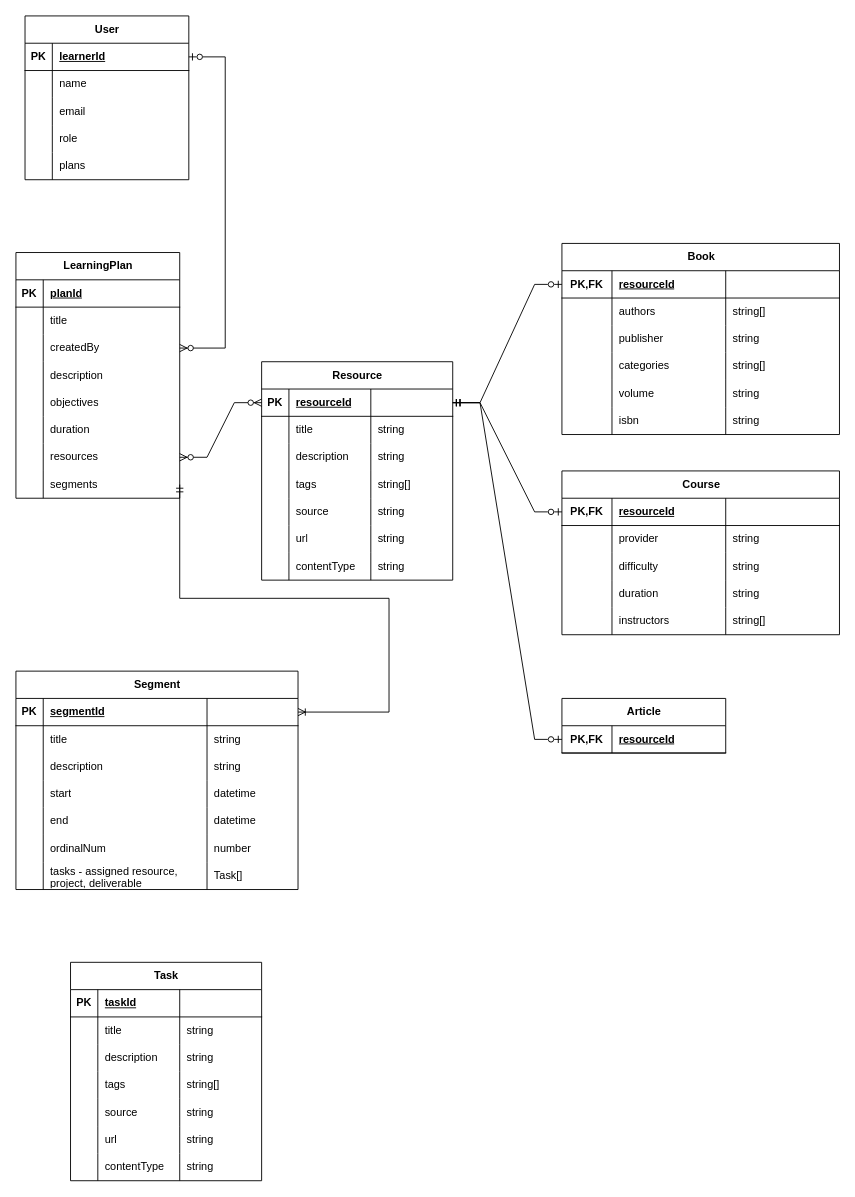
Earlier version of the draw.io diagram elle.drawio (suha-nathan/ellev2). Source tidied: cells renumbered, new cells numbered last; positions are measured from the earlier drawing's top-left corner, leaving out a move shared by most shapes. Both pictures are drawn from the tidied source at 91%, with x=0, y=0 at pixel (15, 15).
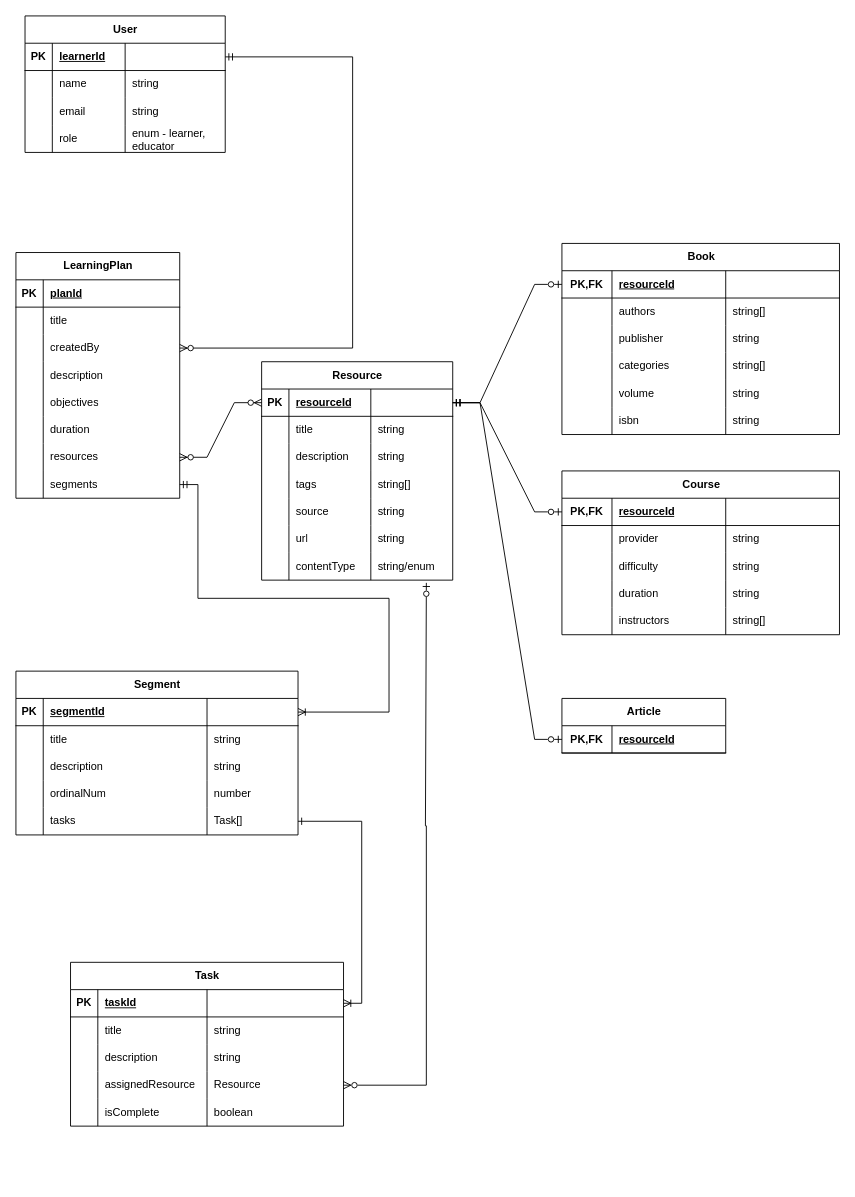
After the change.

Unchanged cells that the change refers to:
```xml
<mxCell id="27" style="shape=tableRow;horizontal=0;startSize=0;swimlaneHead=0;swimlaneBody=0;fillColor=none;points=[[0,0.5],[1,0.5]];portConstraint=eastwest;top=0;left=0;right=0;bottom=0;" parent="2" vertex="1">
  <mxGeometry y="210" width="210" height="30" as="geometry" />
</mxCell>
<mxCell id="86" style="shape=tableRow;horizontal=0;startSize=0;swimlaneHead=0;swimlaneBody=0;fillColor=none;points=[[0,0.5],[1,0.5]];portConstraint=eastwest;top=0;left=0;right=0;bottom=0;" parent="79" vertex="1">
  <mxGeometry y="90" width="180" height="30" as="geometry" />
</mxCell>
<mxCell id="101" style="shape=tableRow;horizontal=0;startSize=0;swimlaneHead=0;swimlaneBody=0;fillColor=none;points=[[0,0.5],[1,0.5]];portConstraint=eastwest;top=0;left=0;right=0;bottom=0;" parent="79" vertex="1">
  <mxGeometry y="240" width="180" height="30" as="geometry" />
</mxCell>
<mxCell id="128" style="shape=tableRow;horizontal=0;startSize=0;swimlaneHead=0;swimlaneBody=0;fillColor=none;points=[[0,0.5],[1,0.5]];portConstraint=eastwest;top=0;left=0;right=0;bottom=1;" parent="127" vertex="1">
  <mxGeometry y="30" width="310" height="30" as="geometry" />
</mxCell>
```

Diff of the diagram source:
```diff
@@
-    <mxCell id="30" value="string" style="shape=partialRectangle;fillColor=none;top=0;left=0;bottom=0;right=0;align=left;spacingLeft=6;overflow=hidden;whiteSpace=wrap;html=1;" parent="27" vertex="1">
+    <mxCell id="30" value="string/enum" style="shape=partialRectangle;fillColor=none;top=0;left=0;bottom=0;right=0;align=left;spacingLeft=6;overflow=hidden;whiteSpace=wrap;html=1;" parent="27" vertex="1">
       <mxGeometry x="120" width="90" height="30" as="geometry" />
     </mxCell>
@@
     <mxCell id="104" value="User" style="shape=table;startSize=30;childLayout=tableLayout;rowLines=0;fontStyle=1;align=center;html=1;" parent="1" vertex="1">
-      <mxGeometry x="10" width="180" height="180" as="geometry" />
+      <mxGeometry x="10" width="220" height="150" as="geometry" />
     </mxCell>
     <mxCell id="105" style="shape=tableRow;horizontal=0;startSize=0;swimlaneHead=0;swimlaneBody=0;fillColor=none;points=[[0,0.5],[1,0.5]];portConstraint=eastwest;top=0;left=0;right=0;bottom=1;" parent="104" vertex="1">
-      <mxGeometry y="30" width="180" height="30" as="geometry" />
+      <mxGeometry y="30" width="220" height="30" as="geometry" />
     </mxCell>
@@
     <mxCell id="107" value="learnerId" style="shape=partialRectangle;fillColor=none;top=0;left=0;bottom=0;right=0;align=left;spacingLeft=6;fontStyle=5;overflow=hidden;whiteSpace=wrap;html=1;" parent="105" vertex="1">
-      <mxGeometry x="30" width="150" height="30" as="geometry" />
+      <mxGeometry x="30" width="80" height="30" as="geometry" />
     </mxCell>
+    <mxCell id="187" style="shape=partialRectangle;fillColor=none;top=0;left=0;bottom=0;right=0;align=left;spacingLeft=6;fontStyle=5;overflow=hidden;whiteSpace=wrap;html=1;" parent="105" vertex="1">
+      <mxGeometry x="110" width="110" height="30" as="geometry" />
+    </mxCell>
     <mxCell id="108" style="shape=tableRow;horizontal=0;startSize=0;swimlaneHead=0;swimlaneBody=0;fillColor=none;top=0;left=0;right=0;bottom=0;" parent="104" vertex="1">
-      <mxGeometry y="60" width="180" height="30" as="geometry" />
+      <mxGeometry y="60" width="220" height="30" as="geometry" />
     </mxCell>
@@
     <mxCell id="110" value="name" style="shape=partialRectangle;fillColor=none;top=0;left=0;bottom=0;right=0;align=left;spacingLeft=6;overflow=hidden;whiteSpace=wrap;html=1;" parent="108" vertex="1">
-      <mxGeometry x="30" width="150" height="30" as="geometry" />
+      <mxGeometry x="30" width="80" height="30" as="geometry" />
     </mxCell>
+    <mxCell id="188" value="string" style="shape=partialRectangle;fillColor=none;top=0;left=0;bottom=0;right=0;align=left;spacingLeft=6;overflow=hidden;whiteSpace=wrap;html=1;" parent="108" vertex="1">
+      <mxGeometry x="110" width="110" height="30" as="geometry" />
+    </mxCell>
     <mxCell id="111" style="shape=tableRow;horizontal=0;startSize=0;swimlaneHead=0;swimlaneBody=0;fillColor=none;top=0;left=0;right=0;bottom=0;" parent="104" vertex="1">
-      <mxGeometry y="90" width="180" height="30" as="geometry" />
+      <mxGeometry y="90" width="220" height="30" as="geometry" />
     </mxCell>
@@
     <mxCell id="113" value="email" style="shape=partialRectangle;fillColor=none;top=0;left=0;bottom=0;right=0;align=left;spacingLeft=6;overflow=hidden;whiteSpace=wrap;html=1;" parent="111" vertex="1">
-      <mxGeometry x="30" width="150" height="30" as="geometry" />
+      <mxGeometry x="30" width="80" height="30" as="geometry" />
     </mxCell>
+    <mxCell id="189" value="string" style="shape=partialRectangle;fillColor=none;top=0;left=0;bottom=0;right=0;align=left;spacingLeft=6;overflow=hidden;whiteSpace=wrap;html=1;" parent="111" vertex="1">
+      <mxGeometry x="110" width="110" height="30" as="geometry" />
+    </mxCell>
     <mxCell id="114" style="shape=tableRow;horizontal=0;startSize=0;swimlaneHead=0;swimlaneBody=0;fillColor=none;top=0;left=0;right=0;bottom=0;" parent="104" vertex="1">
-      <mxGeometry y="120" width="180" height="30" as="geometry" />
+      <mxGeometry y="120" width="220" height="30" as="geometry" />
     </mxCell>
@@
     <mxCell id="116" value="role" style="shape=partialRectangle;fillColor=none;top=0;left=0;bottom=0;right=0;align=left;spacingLeft=6;overflow=hidden;whiteSpace=wrap;html=1;" parent="114" vertex="1">
-      <mxGeometry x="30" width="150" height="30" as="geometry" />
+      <mxGeometry x="30" width="80" height="30" as="geometry" />
     </mxCell>
-    <mxCell id="117" style="shape=tableRow;horizontal=0;startSize=0;swimlaneHead=0;swimlaneBody=0;fillColor=none;top=0;left=0;right=0;bottom=0;" parent="104" vertex="1">
-      <mxGeometry y="150" width="180" height="30" as="geometry" />
-    </mxCell>
-    <mxCell id="118" style="shape=partialRectangle;fillColor=none;top=0;left=0;bottom=0;right=0;overflow=hidden;whiteSpace=wrap;html=1;" parent="117" vertex="1">
-      <mxGeometry width="30" height="30" as="geometry" />
-    </mxCell>
-    <mxCell id="119" value="plans" style="shape=partialRectangle;fillColor=none;top=0;left=0;bottom=0;right=0;align=left;spacingLeft=6;overflow=hidden;whiteSpace=wrap;html=1;" parent="117" vertex="1">
-      <mxGeometry x="30" width="150" height="30" as="geometry" />
-    </mxCell>
+    <mxCell id="190" value="enum - learner, educator" style="shape=partialRectangle;fillColor=none;top=0;left=0;bottom=0;right=0;align=left;spacingLeft=6;overflow=hidden;whiteSpace=wrap;html=1;" parent="114" vertex="1">
+      <mxGeometry x="110" width="110" height="30" as="geometry" />
+    </mxCell>
@@
-    <mxCell id="126" style="edgeStyle=elbowEdgeStyle;fontSize=12;html=1;endArrow=ERzeroToMany;startArrow=ERzeroToOne;rounded=0;entryX=1;entryY=0.5;entryDx=0;entryDy=0;startFill=0;exitX=1;exitY=0.5;exitDx=0;exitDy=0;" parent="1" edge="1" source="105" target="86">
+    <mxCell id="126" style="edgeStyle=elbowEdgeStyle;fontSize=12;html=1;endArrow=ERzeroToMany;startArrow=ERmandOne;rounded=0;entryX=1;entryY=0.5;entryDx=0;entryDy=0;startFill=0;exitX=1;exitY=0.5;exitDx=0;exitDy=0;" parent="1" edge="1" source="105" target="86">
       <mxGeometry relative="1" as="geometry">
         <Array as="points">
-          <mxPoint x="230" y="80" />
+          <mxPoint x="370" y="210" />
           <mxPoint x="250" y="240" />
         </Array>
       </mxGeometry>
     </mxCell>
     <mxCell id="127" value="Segment" style="shape=table;startSize=30;childLayout=tableLayout;rowLines=0;fontStyle=1;align=center;html=1;" parent="1" vertex="1">
-      <mxGeometry y="720" width="310" height="240" as="geometry" />
+      <mxGeometry y="720" width="310" height="180" as="geometry" />
     </mxCell>
@@
-    <mxCell id="140" style="shape=tableRow;horizontal=0;startSize=0;swimlaneHead=0;swimlaneBody=0;fillColor=none;top=0;left=0;right=0;bottom=0;" parent="127" vertex="1">
-      <mxGeometry y="120" width="310" height="30" as="geometry" />
-    </mxCell>
-    <mxCell id="141" style="shape=partialRectangle;fillColor=none;top=0;left=0;bottom=0;right=0;overflow=hidden;whiteSpace=wrap;html=1;" parent="140" vertex="1">
-      <mxGeometry width="30" height="30" as="geometry" />
-    </mxCell>
-    <mxCell id="142" value="start" style="shape=partialRectangle;fillColor=none;top=0;left=0;bottom=0;right=0;align=left;spacingLeft=6;overflow=hidden;whiteSpace=wrap;html=1;" parent="140" vertex="1">
-      <mxGeometry x="30" width="180" height="30" as="geometry" />
-    </mxCell>
-    <mxCell id="143" value="datetime" style="shape=partialRectangle;fillColor=none;top=0;left=0;bottom=0;right=0;align=left;spacingLeft=6;overflow=hidden;whiteSpace=wrap;html=1;" parent="140" vertex="1">
-      <mxGeometry x="210" width="100" height="30" as="geometry" />
-    </mxCell>
-    <mxCell id="144" style="shape=tableRow;horizontal=0;startSize=0;swimlaneHead=0;swimlaneBody=0;fillColor=none;top=0;left=0;right=0;bottom=0;" parent="127" vertex="1">
-      <mxGeometry y="150" width="310" height="30" as="geometry" />
-    </mxCell>
-    <mxCell id="145" style="shape=partialRectangle;fillColor=none;top=0;left=0;bottom=0;right=0;overflow=hidden;whiteSpace=wrap;html=1;" parent="144" vertex="1">
-      <mxGeometry width="30" height="30" as="geometry" />
-    </mxCell>
-    <mxCell id="146" value="end" style="shape=partialRectangle;fillColor=none;top=0;left=0;bottom=0;right=0;align=left;spacingLeft=6;overflow=hidden;whiteSpace=wrap;html=1;" parent="144" vertex="1">
-      <mxGeometry x="30" width="180" height="30" as="geometry" />
-    </mxCell>
-    <mxCell id="147" value="datetime" style="shape=partialRectangle;fillColor=none;top=0;left=0;bottom=0;right=0;align=left;spacingLeft=6;overflow=hidden;whiteSpace=wrap;html=1;" parent="144" vertex="1">
-      <mxGeometry x="210" width="100" height="30" as="geometry" />
-    </mxCell>
     <mxCell id="148" style="shape=tableRow;horizontal=0;startSize=0;swimlaneHead=0;swimlaneBody=0;fillColor=none;top=0;left=0;right=0;bottom=0;" parent="127" vertex="1">
-      <mxGeometry y="180" width="310" height="30" as="geometry" />
+      <mxGeometry y="120" width="310" height="30" as="geometry" />
     </mxCell>
@@
     <mxCell id="152" style="shape=tableRow;horizontal=0;startSize=0;swimlaneHead=0;swimlaneBody=0;fillColor=none;points=[[0,0.5],[1,0.5]];portConstraint=eastwest;top=0;left=0;right=0;bottom=0;" parent="127" vertex="1">
-      <mxGeometry y="210" width="310" height="30" as="geometry" />
+      <mxGeometry y="150" width="310" height="30" as="geometry" />
     </mxCell>
@@
-    <mxCell id="154" value="tasks - assigned resource, project, deliverable" style="shape=partialRectangle;fillColor=none;top=0;left=0;bottom=0;right=0;align=left;spacingLeft=6;overflow=hidden;whiteSpace=wrap;html=1;" parent="152" vertex="1">
+    <mxCell id="154" value="tasks" style="shape=partialRectangle;fillColor=none;top=0;left=0;bottom=0;right=0;align=left;spacingLeft=6;overflow=hidden;whiteSpace=wrap;html=1;" parent="152" vertex="1">
       <mxGeometry x="30" width="180" height="30" as="geometry" />
     </mxCell>
@@
     <mxCell id="157" style="edgeStyle=orthogonalEdgeStyle;rounded=0;jettySize=auto;html=1;exitX=1;exitY=0.5;exitDx=0;exitDy=0;entryX=1;entryY=0.5;entryDx=0;entryDy=0;startArrow=ERmandOne;startFill=0;endArrow=ERoneToMany;endFill=0;" parent="1" edge="1" source="101" target="128">
       <mxGeometry relative="1" as="geometry">
         <Array as="points">
-          <mxPoint x="180" y="640" />
+          <mxPoint x="200" y="515" />
+          <mxPoint x="200" y="640" />
           <mxPoint x="410" y="640" />
           <mxPoint x="410" y="765" />
         </Array>
       </mxGeometry>
     </mxCell>
     <mxCell id="158" value="Task" style="shape=table;startSize=30;childLayout=tableLayout;rowLines=0;fontStyle=1;align=center;html=1;" parent="1" vertex="1">
-      <mxGeometry x="60" y="1040" width="210" height="240" as="geometry" />
+      <mxGeometry x="60" y="1040" width="300" height="180" as="geometry" />
     </mxCell>
     <mxCell id="159" style="shape=tableRow;horizontal=0;startSize=0;swimlaneHead=0;swimlaneBody=0;fillColor=none;points=[[0,0.5],[1,0.5]];portConstraint=eastwest;top=0;left=0;right=0;bottom=1;" parent="158" vertex="1">
-      <mxGeometry y="30" width="210" height="30" as="geometry" />
+      <mxGeometry y="30" width="300" height="30" as="geometry" />
     </mxCell>
@@
     <mxCell id="161" value="taskId" style="shape=partialRectangle;fillColor=none;top=0;left=0;bottom=0;right=0;align=left;spacingLeft=6;fontStyle=5;overflow=hidden;whiteSpace=wrap;html=1;" parent="159" vertex="1">
-      <mxGeometry x="30" width="90" height="30" as="geometry" />
+      <mxGeometry x="30" width="120" height="30" as="geometry" />
     </mxCell>
     <mxCell id="162" style="shape=partialRectangle;fillColor=none;top=0;left=0;bottom=0;right=0;align=left;spacingLeft=6;fontStyle=5;overflow=hidden;whiteSpace=wrap;html=1;" parent="159" vertex="1">
-      <mxGeometry x="120" width="90" height="30" as="geometry" />
+      <mxGeometry x="150" width="150" height="30" as="geometry" />
     </mxCell>
     <mxCell id="163" style="shape=tableRow;horizontal=0;startSize=0;swimlaneHead=0;swimlaneBody=0;fillColor=none;top=0;left=0;right=0;bottom=0;" parent="158" vertex="1">
-      <mxGeometry y="60" width="210" height="30" as="geometry" />
+      <mxGeometry y="60" width="300" height="30" as="geometry" />
     </mxCell>
@@
     <mxCell id="165" value="title" style="shape=partialRectangle;fillColor=none;top=0;left=0;bottom=0;right=0;align=left;spacingLeft=6;overflow=hidden;whiteSpace=wrap;html=1;" parent="163" vertex="1">
-      <mxGeometry x="30" width="90" height="30" as="geometry" />
+      <mxGeometry x="30" width="120" height="30" as="geometry" />
     </mxCell>
     <mxCell id="166" value="string" style="shape=partialRectangle;fillColor=none;top=0;left=0;bottom=0;right=0;align=left;spacingLeft=6;overflow=hidden;whiteSpace=wrap;html=1;" parent="163" vertex="1">
-      <mxGeometry x="120" width="90" height="30" as="geometry" />
+      <mxGeometry x="150" width="150" height="30" as="geometry" />
     </mxCell>
     <mxCell id="167" style="shape=tableRow;horizontal=0;startSize=0;swimlaneHead=0;swimlaneBody=0;fillColor=none;top=0;left=0;right=0;bottom=0;" parent="158" vertex="1">
-      <mxGeometry y="90" width="210" height="30" as="geometry" />
+      <mxGeometry y="90" width="300" height="30" as="geometry" />
     </mxCell>
@@
     <mxCell id="169" value="description" style="shape=partialRectangle;fillColor=none;top=0;left=0;bottom=0;right=0;align=left;spacingLeft=6;overflow=hidden;whiteSpace=wrap;html=1;" parent="167" vertex="1">
-      <mxGeometry x="30" width="90" height="30" as="geometry" />
+      <mxGeometry x="30" width="120" height="30" as="geometry" />
     </mxCell>
     <mxCell id="170" value="string" style="shape=partialRectangle;fillColor=none;top=0;left=0;bottom=0;right=0;align=left;spacingLeft=6;overflow=hidden;whiteSpace=wrap;html=1;" parent="167" vertex="1">
-      <mxGeometry x="120" width="90" height="30" as="geometry" />
+      <mxGeometry x="150" width="150" height="30" as="geometry" />
     </mxCell>
-    <mxCell id="171" style="shape=tableRow;horizontal=0;startSize=0;swimlaneHead=0;swimlaneBody=0;fillColor=none;top=0;left=0;right=0;bottom=0;" parent="158" vertex="1">
-      <mxGeometry y="120" width="210" height="30" as="geometry" />
-    </mxCell>
-    <mxCell id="172" style="shape=partialRectangle;fillColor=none;top=0;left=0;bottom=0;right=0;overflow=hidden;whiteSpace=wrap;html=1;" parent="171" vertex="1">
-      <mxGeometry width="30" height="30" as="geometry" />
-    </mxCell>
-    <mxCell id="173" value="tags" style="shape=partialRectangle;fillColor=none;top=0;left=0;bottom=0;right=0;align=left;spacingLeft=6;overflow=hidden;whiteSpace=wrap;html=1;" parent="171" vertex="1">
-      <mxGeometry x="30" width="90" height="30" as="geometry" />
-    </mxCell>
-    <mxCell id="174" value="string[]" style="shape=partialRectangle;fillColor=none;top=0;left=0;bottom=0;right=0;align=left;spacingLeft=6;overflow=hidden;whiteSpace=wrap;html=1;" parent="171" vertex="1">
-      <mxGeometry x="120" width="90" height="30" as="geometry" />
-    </mxCell>
-    <mxCell id="175" style="shape=tableRow;horizontal=0;startSize=0;swimlaneHead=0;swimlaneBody=0;fillColor=none;top=0;left=0;right=0;bottom=0;" parent="158" vertex="1">
-      <mxGeometry y="150" width="210" height="30" as="geometry" />
-    </mxCell>
-    <mxCell id="176" style="shape=partialRectangle;fillColor=none;top=0;left=0;bottom=0;right=0;overflow=hidden;whiteSpace=wrap;html=1;" parent="175" vertex="1">
-      <mxGeometry width="30" height="30" as="geometry" />
-    </mxCell>
-    <mxCell id="177" value="source" style="shape=partialRectangle;fillColor=none;top=0;left=0;bottom=0;right=0;align=left;spacingLeft=6;overflow=hidden;whiteSpace=wrap;html=1;" parent="175" vertex="1">
-      <mxGeometry x="30" width="90" height="30" as="geometry" />
-    </mxCell>
-    <mxCell id="178" value="string" style="shape=partialRectangle;fillColor=none;top=0;left=0;bottom=0;right=0;align=left;spacingLeft=6;overflow=hidden;whiteSpace=wrap;html=1;" parent="175" vertex="1">
-      <mxGeometry x="120" width="90" height="30" as="geometry" />
-    </mxCell>
-    <mxCell id="179" style="shape=tableRow;horizontal=0;startSize=0;swimlaneHead=0;swimlaneBody=0;fillColor=none;top=0;left=0;right=0;bottom=0;" parent="158" vertex="1">
-      <mxGeometry y="180" width="210" height="30" as="geometry" />
-    </mxCell>
-    <mxCell id="180" style="shape=partialRectangle;fillColor=none;top=0;left=0;bottom=0;right=0;overflow=hidden;whiteSpace=wrap;html=1;" parent="179" vertex="1">
-      <mxGeometry width="30" height="30" as="geometry" />
-    </mxCell>
-    <mxCell id="181" value="url" style="shape=partialRectangle;fillColor=none;top=0;left=0;bottom=0;right=0;align=left;spacingLeft=6;overflow=hidden;whiteSpace=wrap;html=1;" parent="179" vertex="1">
-      <mxGeometry x="30" width="90" height="30" as="geometry" />
-    </mxCell>
-    <mxCell id="182" value="string" style="shape=partialRectangle;fillColor=none;top=0;left=0;bottom=0;right=0;align=left;spacingLeft=6;overflow=hidden;whiteSpace=wrap;html=1;" parent="179" vertex="1">
-      <mxGeometry x="120" width="90" height="30" as="geometry" />
-    </mxCell>
-    <mxCell id="183" style="shape=tableRow;horizontal=0;startSize=0;swimlaneHead=0;swimlaneBody=0;fillColor=none;top=0;left=0;right=0;bottom=0;" parent="158" vertex="1">
-      <mxGeometry y="210" width="210" height="30" as="geometry" />
-    </mxCell>
-    <mxCell id="184" style="shape=partialRectangle;fillColor=none;top=0;left=0;bottom=0;right=0;overflow=hidden;whiteSpace=wrap;html=1;" parent="183" vertex="1">
-      <mxGeometry width="30" height="30" as="geometry" />
-    </mxCell>
-    <mxCell id="185" value="contentType" style="shape=partialRectangle;fillColor=none;top=0;left=0;bottom=0;right=0;align=left;spacingLeft=6;overflow=hidden;whiteSpace=wrap;html=1;" parent="183" vertex="1">
-      <mxGeometry x="30" width="90" height="30" as="geometry" />
-    </mxCell>
-    <mxCell id="186" value="string" style="shape=partialRectangle;fillColor=none;top=0;left=0;bottom=0;right=0;align=left;spacingLeft=6;overflow=hidden;whiteSpace=wrap;html=1;" parent="183" vertex="1">
-      <mxGeometry x="120" width="90" height="30" as="geometry" />
-    </mxCell>
+    <mxCell id="191" style="shape=tableRow;horizontal=0;startSize=0;swimlaneHead=0;swimlaneBody=0;fillColor=none;points=[[0,0.5],[1,0.5]];portConstraint=eastwest;top=0;left=0;right=0;bottom=0;" parent="158" vertex="1">
+      <mxGeometry y="120" width="300" height="30" as="geometry" />
+    </mxCell>
+    <mxCell id="192" style="shape=partialRectangle;fillColor=none;top=0;left=0;bottom=0;right=0;overflow=hidden;whiteSpace=wrap;html=1;" parent="191" vertex="1">
+      <mxGeometry width="30" height="30" as="geometry" />
+    </mxCell>
+    <mxCell id="193" value="assignedResource" style="shape=partialRectangle;fillColor=none;top=0;left=0;bottom=0;right=0;align=left;spacingLeft=6;overflow=hidden;whiteSpace=wrap;html=1;" parent="191" vertex="1">
+      <mxGeometry x="30" width="120" height="30" as="geometry" />
+    </mxCell>
+    <mxCell id="194" value="Resource" style="shape=partialRectangle;fillColor=none;top=0;left=0;bottom=0;right=0;align=left;spacingLeft=6;overflow=hidden;whiteSpace=wrap;html=1;" parent="191" vertex="1">
+      <mxGeometry x="150" width="150" height="30" as="geometry" />
+    </mxCell>
+    <mxCell id="195" style="shape=tableRow;horizontal=0;startSize=0;swimlaneHead=0;swimlaneBody=0;fillColor=none;top=0;left=0;right=0;bottom=0;" parent="158" vertex="1">
+      <mxGeometry y="150" width="300" height="30" as="geometry" />
+    </mxCell>
+    <mxCell id="196" style="shape=partialRectangle;fillColor=none;top=0;left=0;bottom=0;right=0;overflow=hidden;whiteSpace=wrap;html=1;" parent="195" vertex="1">
+      <mxGeometry width="30" height="30" as="geometry" />
+    </mxCell>
+    <mxCell id="197" value="isComplete" style="shape=partialRectangle;fillColor=none;top=0;left=0;bottom=0;right=0;align=left;spacingLeft=6;overflow=hidden;whiteSpace=wrap;html=1;" parent="195" vertex="1">
+      <mxGeometry x="30" width="120" height="30" as="geometry" />
+    </mxCell>
+    <mxCell id="198" value="boolean" style="shape=partialRectangle;fillColor=none;top=0;left=0;bottom=0;right=0;align=left;spacingLeft=6;overflow=hidden;whiteSpace=wrap;html=1;" parent="195" vertex="1">
+      <mxGeometry x="150" width="150" height="30" as="geometry" />
+    </mxCell>
+    <mxCell id="199" style="edgeStyle=orthogonalEdgeStyle;rounded=0;jettySize=auto;html=1;exitX=1;exitY=0.5;exitDx=0;exitDy=0;entryX=1;entryY=0.5;entryDx=0;entryDy=0;endArrow=ERoneToMany;endFill=0;startArrow=ERone;startFill=0;" parent="1" edge="1" source="152" target="159">
+      <mxGeometry relative="1" as="geometry" />
+    </mxCell>
+    <mxCell id="200" style="edgeStyle=orthogonalEdgeStyle;rounded=0;jettySize=auto;html=1;exitX=1;exitY=0.5;exitDx=0;exitDy=0;entryX=0.862;entryY=1.1;entryDx=0;entryDy=0;entryPerimeter=0;endArrow=ERzeroToOne;endFill=0;startArrow=ERzeroToMany;startFill=0;" parent="1" edge="1" source="191" target="27">
+      <mxGeometry relative="1" as="geometry">
+        <Array as="points">
+          <mxPoint x="451" y="1175" />
+          <mxPoint x="451" y="890" />
+          <mxPoint x="450" y="890" />
+        </Array>
+      </mxGeometry>
+    </mxCell>
```
